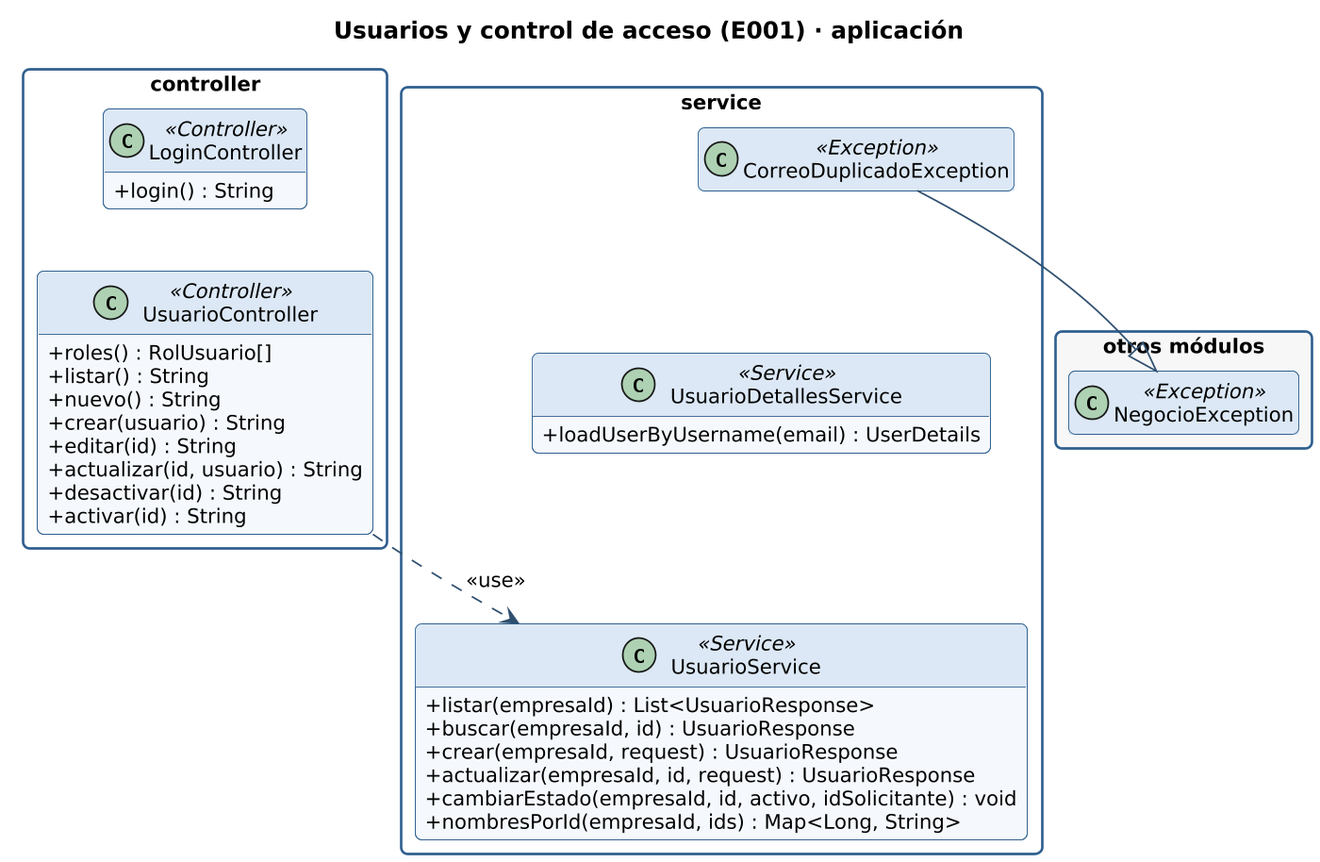
gonzaloarenasduoc/Mira keeps this PlantUML diagram as docs/diagramas/clases-usuarios-aplicacion.png. Above is the earlier version. Source of this version:
```plantuml
@startuml clases-usuarios-aplicacion
!include _estilo.iuml
hide empty members
skinparam classAttributeIconSize 0
skinparam packageStyle rectangle
skinparam nodesep 25
skinparam ranksep 45
title Usuarios y control de acceso (E001) · aplicación

package "controller" {
  class LoginController <<Controller>> {
    + login() : String
  }
  class UsuarioController <<Controller>> {
    + roles() : RolUsuario[]
    + listar() : String
    + nuevo() : String
    + crear(usuario) : String
    + editar(id) : String
    + actualizar(id, usuario) : String
    + desactivar(id) : String
    + activar(id) : String
  }
}
LoginController -[hidden]down- UsuarioController
package "service" {
  class CorreoDuplicadoException <<Exception>> {
  }
  class UsuarioDetallesService <<Service>> {
    + loadUserByUsername(email) : UserDetails
  }
  class UsuarioService <<Service>> {
    + listar(empresaId) : List<UsuarioResponse>
    + buscar(empresaId, id) : UsuarioResponse
    + crear(empresaId, request) : UsuarioResponse
    + actualizar(empresaId, id, request) : UsuarioResponse
    + cambiarEstado(empresaId, id, activo, idSolicitante) : void
    + nombresPorId(empresaId, ids) : Map<Long, String>
  }
}
CorreoDuplicadoException -[hidden]down- UsuarioDetallesService
UsuarioDetallesService -[hidden]down- UsuarioService
package "otros módulos" #F7F7F7 {
  class NegocioException <<Exception>>
}
CorreoDuplicadoException --|> NegocioException
UsuarioController ..> UsuarioService : <<use>>
@enduml
```
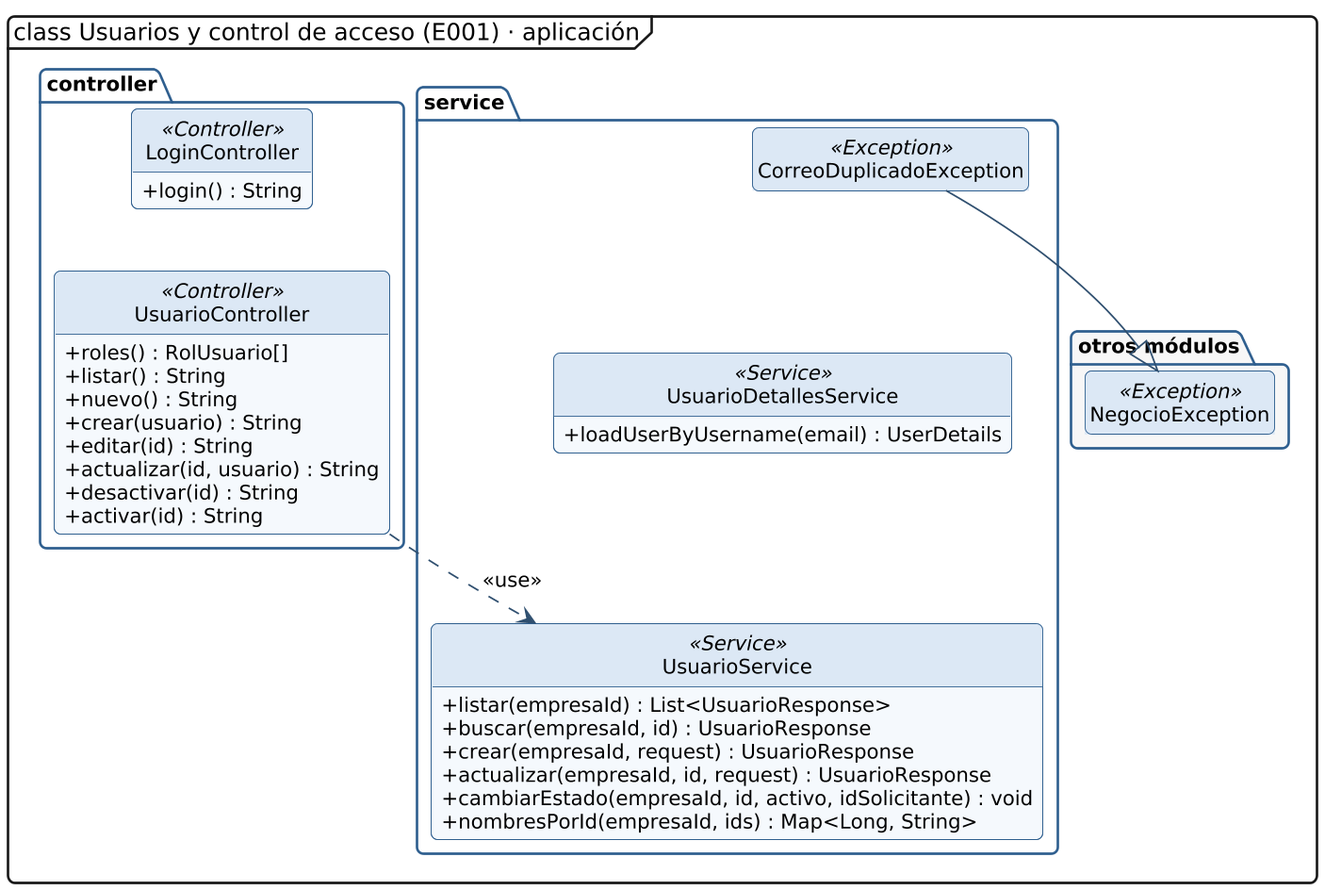
The same file after the commit.

Diff of the diagram source:
```diff
@@ -1,11 +1,12 @@
 @startuml clases-usuarios-aplicacion
 !include _estilo.iuml
 hide empty members
+hide circle
 skinparam classAttributeIconSize 0
-skinparam packageStyle rectangle
+skinparam packageStyle folder
 skinparam nodesep 25
 skinparam ranksep 45
-title Usuarios y control de acceso (E001) · aplicación
+mainframe class Usuarios y control de acceso (E001) · aplicación
 
 package "controller" {
   class LoginController <<Controller>> {
```
